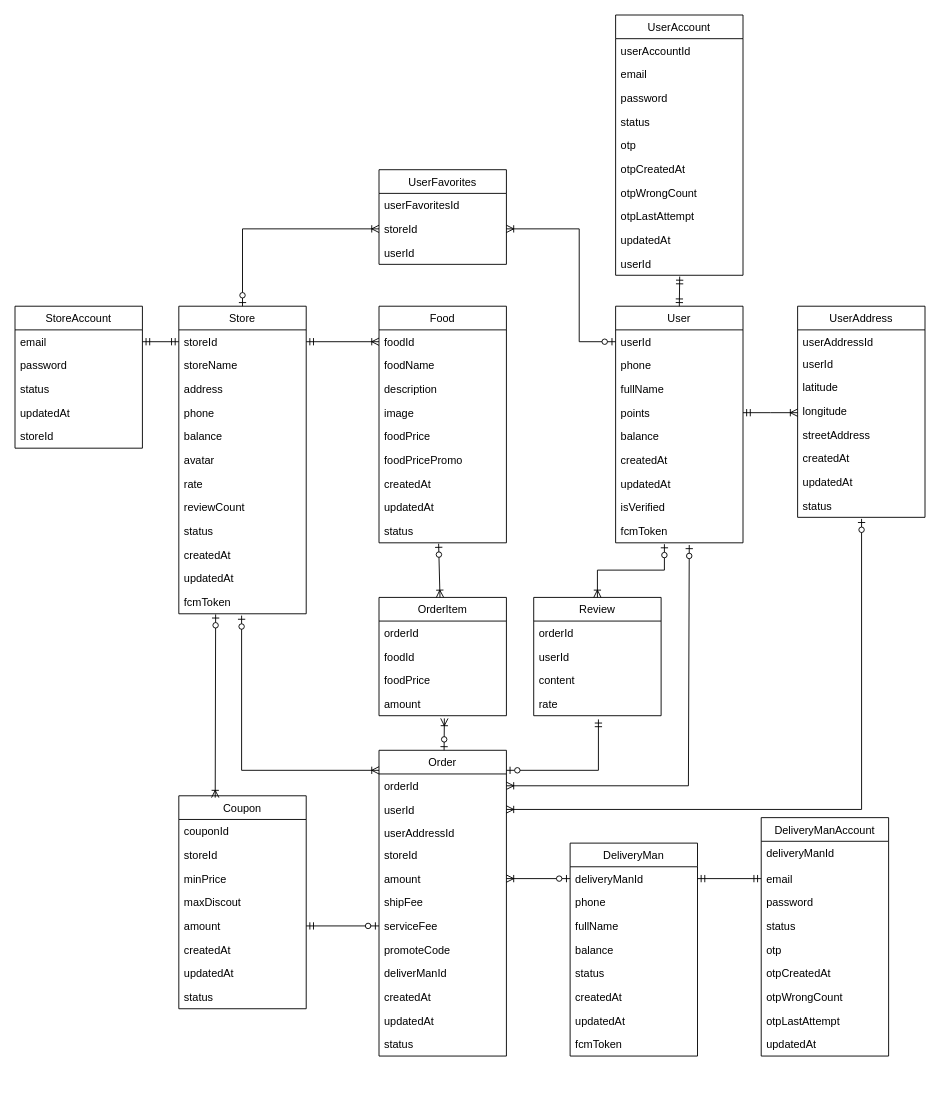
Above: Database/TheDuckFood_ERD.drawio in MinhTuMTN/TheDuckFood (draw.io), before the change. Source tidied: cells renumbered, new cells numbered last; positions are measured from the earlier drawing's top-left corner, leaving out a move shared by most shapes. Both pictures are drawn from the tidied source at 91%, with x=0, y=0 at pixel (15, 15).
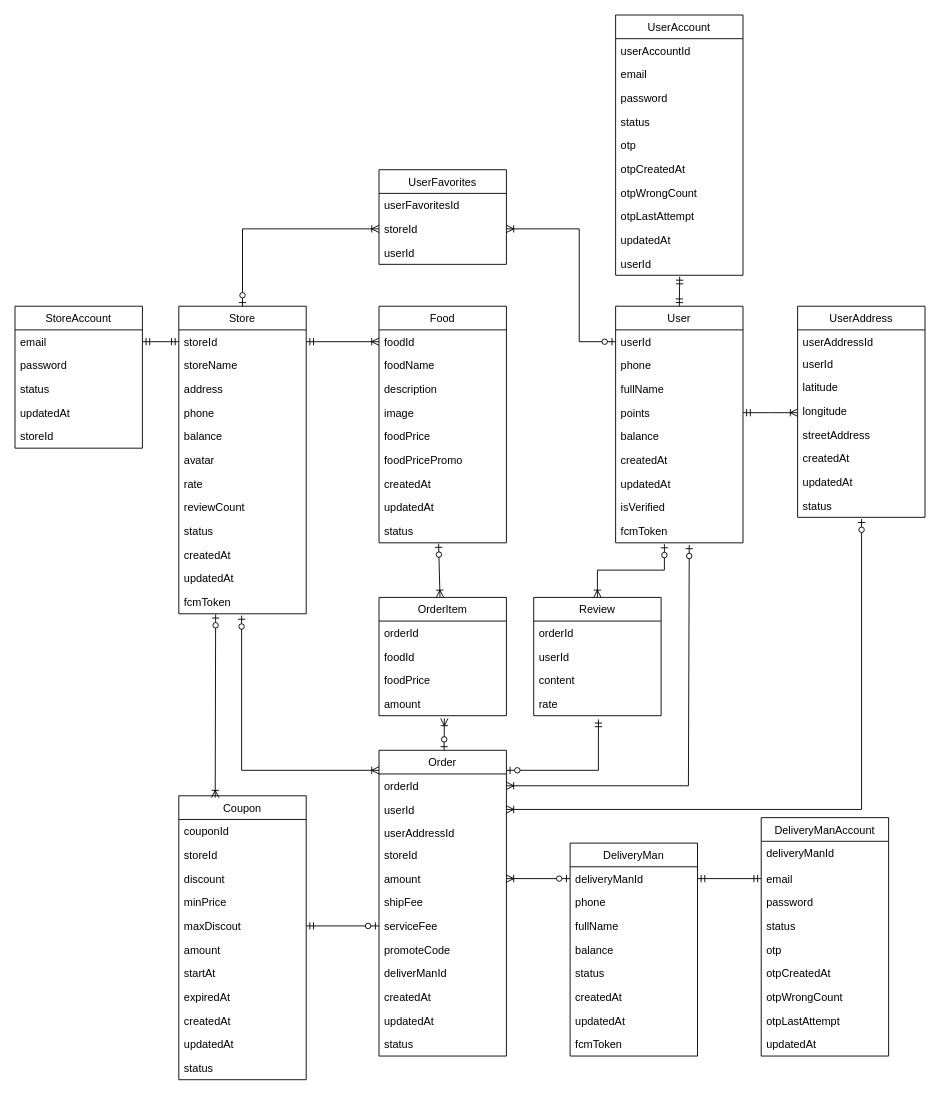
After the change.

Unchanged cells that the change refers to:
```xml
<mxCell id="78" value="serviceFee" style="text;strokeColor=none;fillColor=none;align=left;verticalAlign=top;spacingLeft=4;spacingRight=4;overflow=hidden;points=[[0,0.5],[1,0.5]];portConstraint=eastwest;" parent="71" vertex="1">
  <mxGeometry y="180" width="140" height="26" as="geometry" />
</mxCell>
```

Change to the diagram source:
```diff
@@
     <mxCell id="101" value="Coupon" style="swimlane;fontStyle=0;horizontal=1;startSize=26;fillColor=none;" parent="1" vertex="1">
-      <mxGeometry x="180" y="858" width="140" height="234" as="geometry" />
+      <mxGeometry x="180" y="858" width="140" height="312" as="geometry" />
     </mxCell>
@@
+    <mxCell id="133" value="discount&#10;" style="text;strokeColor=none;fillColor=none;align=left;verticalAlign=top;spacingLeft=4;spacingRight=4;overflow=hidden;" parent="101" vertex="1">
+      <mxGeometry y="78" width="140" height="26" as="geometry" />
+    </mxCell>
     <mxCell id="104" value="minPrice" style="text;strokeColor=none;fillColor=none;align=left;verticalAlign=top;spacingLeft=4;spacingRight=4;overflow=hidden;" parent="101" vertex="1">
-      <mxGeometry y="78" width="140" height="26" as="geometry" />
+      <mxGeometry y="104" width="140" height="26" as="geometry" />
     </mxCell>
     <mxCell id="105" value="maxDiscout" style="text;strokeColor=none;fillColor=none;align=left;verticalAlign=top;spacingLeft=4;spacingRight=4;overflow=hidden;points=[[0,0.5],[1,0.5]];portConstraint=eastwest;" parent="101" vertex="1">
-      <mxGeometry y="104" width="140" height="26" as="geometry" />
+      <mxGeometry y="130" width="140" height="26" as="geometry" />
     </mxCell>
     <mxCell id="106" value="amount" style="text;strokeColor=none;fillColor=none;align=left;verticalAlign=top;spacingLeft=4;spacingRight=4;overflow=hidden;points=[[0,0.5],[1,0.5]];portConstraint=eastwest;" parent="101" vertex="1">
-      <mxGeometry y="130" width="140" height="26" as="geometry" />
+      <mxGeometry y="156" width="140" height="26" as="geometry" />
     </mxCell>
+    <mxCell id="134" value="startAt&#10;" style="text;strokeColor=none;fillColor=none;align=left;verticalAlign=top;spacingLeft=4;spacingRight=4;overflow=hidden;" parent="101" vertex="1">
+      <mxGeometry y="182" width="140" height="26" as="geometry" />
+    </mxCell>
+    <mxCell id="135" value="expiredAt&#10;" style="text;strokeColor=none;fillColor=none;align=left;verticalAlign=top;spacingLeft=4;spacingRight=4;overflow=hidden;" parent="101" vertex="1">
+      <mxGeometry y="208" width="140" height="26" as="geometry" />
+    </mxCell>
     <mxCell id="107" value="createdAt" style="text;strokeColor=none;fillColor=none;align=left;verticalAlign=top;spacingLeft=4;spacingRight=4;overflow=hidden;" parent="101" vertex="1">
-      <mxGeometry y="156" width="140" height="26" as="geometry" />
+      <mxGeometry y="234" width="140" height="26" as="geometry" />
     </mxCell>
     <mxCell id="108" value="updatedAt" style="text;strokeColor=none;fillColor=none;align=left;verticalAlign=top;spacingLeft=4;spacingRight=4;overflow=hidden;" parent="101" vertex="1">
-      <mxGeometry y="182" width="140" height="26" as="geometry" />
+      <mxGeometry y="260" width="140" height="26" as="geometry" />
     </mxCell>
     <mxCell id="109" value="status" style="text;strokeColor=none;fillColor=none;align=left;verticalAlign=top;spacingLeft=4;spacingRight=4;overflow=hidden;" parent="101" vertex="1">
-      <mxGeometry y="208" width="140" height="26" as="geometry" />
+      <mxGeometry y="286" width="140" height="26" as="geometry" />
     </mxCell>
@@
-    <mxCell id="111" style="fontSize=12;html=1;endArrow=ERzeroToOne;startArrow=ERmandOne;rounded=0;entryX=0;entryY=0.5;entryDx=0;entryDy=0;exitX=1;exitY=0.5;exitDx=0;exitDy=0;" parent="1" edge="1" source="106" target="78">
+    <mxCell id="111" style="fontSize=12;html=1;endArrow=ERzeroToOne;startArrow=ERmandOne;rounded=0;entryX=0;entryY=0.5;entryDx=0;entryDy=0;exitX=1;exitY=0.5;exitDx=0;exitDy=0;" parent="1" edge="1" source="105" target="78">
       <mxGeometry relative="1" as="geometry" />
     </mxCell>
```
